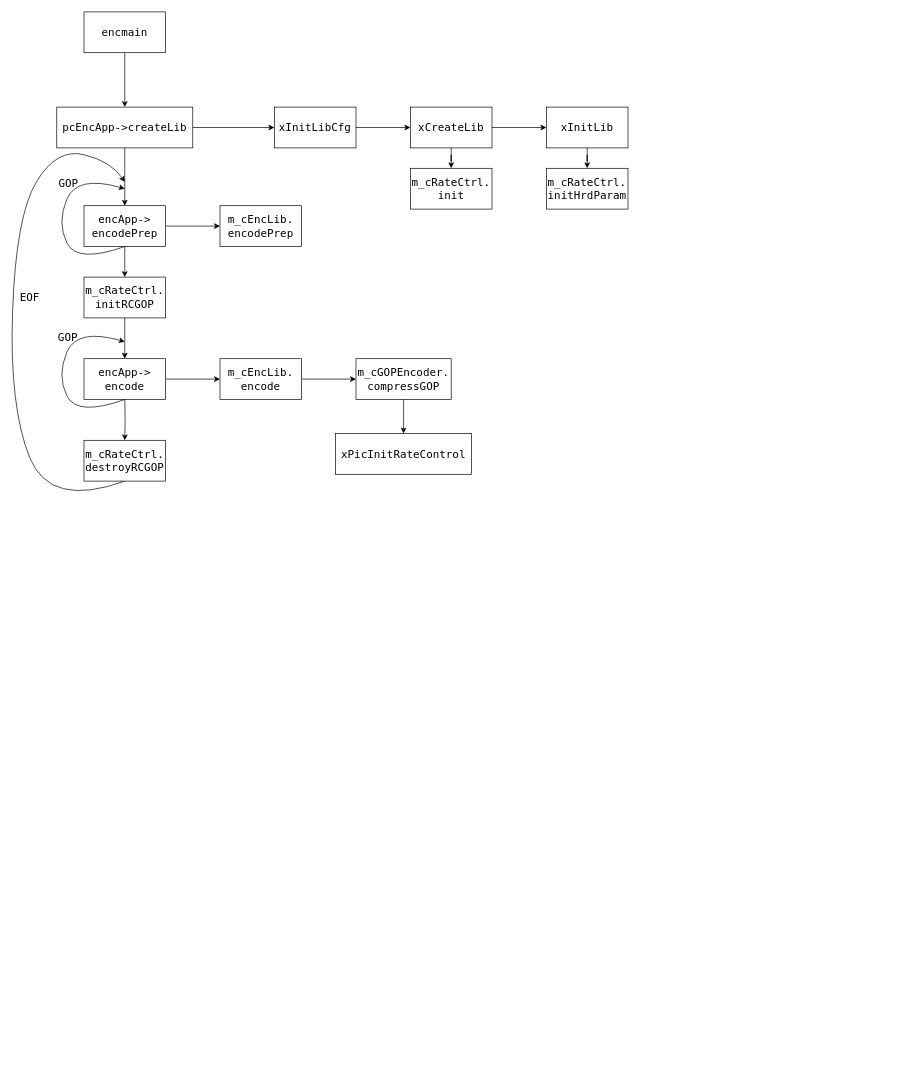
Earlier version of the draw.io diagram XML/RateControl_VTM.drawio (Joeyrr/draw.io). Source tidied: cells renumbered, new cells numbered last; positions are measured from the earlier drawing's top-left corner, leaving out a move shared by most shapes. Both pictures are drawn from the tidied source at 68%, with x=0, y=0 at pixel (9, 12).
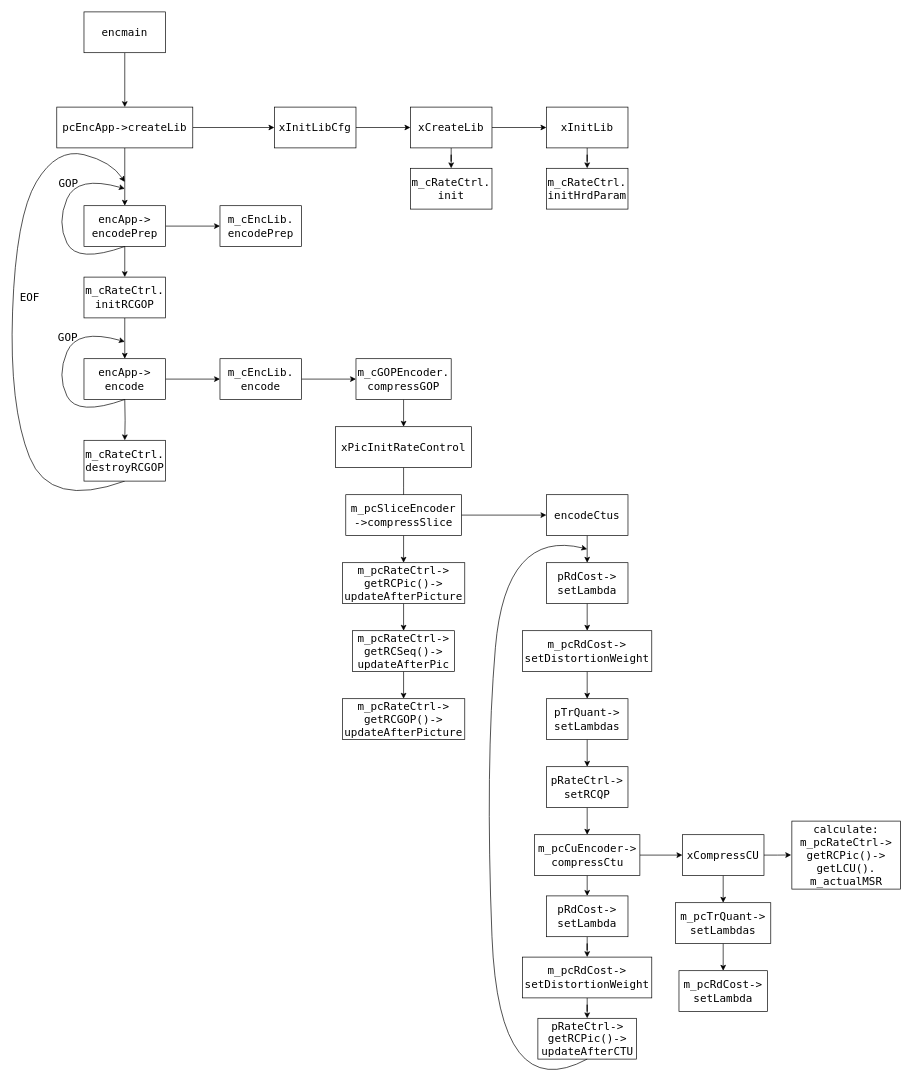
Above is the later version.

The edit, as a diff of the source:
```diff
@@
+    <mxCell id="37" style="edgeStyle=orthogonalEdgeStyle;rounded=0;jettySize=auto;html=1;fontFamily=Lucida Console;fontSize=16;" parent="1" edge="1" source="36">
+      <mxGeometry relative="1" as="geometry">
+        <mxPoint x="580" y="730" as="targetPoint" />
+      </mxGeometry>
+    </mxCell>
     <mxCell id="36" value="xPicInitRateControl" style="whiteSpace=wrap;html=1;fontSize=16;fontFamily=Lucida Console;rounded=0;" parent="1" vertex="1">
-      <mxGeometry x="480" y="620" width="200" height="60" as="geometry" />
+      <mxGeometry x="480" y="610" width="200" height="60" as="geometry" />
     </mxCell>
+    <mxCell id="38" style="edgeStyle=orthogonalEdgeStyle;rounded=0;jettySize=auto;html=1;fontFamily=Lucida Console;fontSize=16;" parent="1" edge="1" source="40" target="42">
+      <mxGeometry relative="1" as="geometry" />
+    </mxCell>
+    <mxCell id="39" style="edgeStyle=orthogonalEdgeStyle;rounded=0;jettySize=auto;html=1;fontFamily=Lucida Console;fontSize=16;" parent="1" edge="1" source="40" target="47">
+      <mxGeometry relative="1" as="geometry" />
+    </mxCell>
+    <mxCell id="40" value="m_pcSliceEncoder&lt;br&gt;-&amp;gt;compressSlice" style="whiteSpace=wrap;html=1;fontSize=16;fontFamily=Lucida Console;rounded=0;" parent="1" vertex="1">
+      <mxGeometry x="495" y="710" width="170" height="60" as="geometry" />
+    </mxCell>
+    <mxCell id="41" style="edgeStyle=orthogonalEdgeStyle;rounded=0;jettySize=auto;html=1;fontFamily=Lucida Console;fontSize=16;" parent="1" edge="1" source="42" target="44">
+      <mxGeometry relative="1" as="geometry" />
+    </mxCell>
+    <mxCell id="42" value="m_pcRateCtrl-&amp;gt;&lt;br&gt;getRCPic()-&amp;gt;&lt;br&gt;updateAfterPicture" style="whiteSpace=wrap;html=1;fontSize=16;fontFamily=Lucida Console;rounded=0;" parent="1" vertex="1">
+      <mxGeometry x="490" y="810" width="180" height="60" as="geometry" />
+    </mxCell>
+    <mxCell id="43" style="edgeStyle=orthogonalEdgeStyle;rounded=0;jettySize=auto;html=1;fontFamily=Lucida Console;fontSize=16;" parent="1" edge="1" source="44" target="45">
+      <mxGeometry relative="1" as="geometry" />
+    </mxCell>
+    <mxCell id="44" value="m_pcRateCtrl-&amp;gt;&lt;br&gt;getRCSeq()-&amp;gt;&lt;br&gt;updateAfterPic" style="whiteSpace=wrap;html=1;fontSize=16;fontFamily=Lucida Console;rounded=0;" parent="1" vertex="1">
+      <mxGeometry x="505" y="910" width="150" height="60" as="geometry" />
+    </mxCell>
+    <mxCell id="45" value="m_pcRateCtrl-&amp;gt;&lt;br&gt;getRCGOP()-&amp;gt;&lt;br&gt;updateAfterPicture" style="whiteSpace=wrap;html=1;fontSize=16;fontFamily=Lucida Console;rounded=0;" parent="1" vertex="1">
+      <mxGeometry x="490" y="1010" width="180" height="60" as="geometry" />
+    </mxCell>
+    <mxCell id="46" style="edgeStyle=orthogonalEdgeStyle;rounded=0;jettySize=auto;html=1;exitX=0.5;exitY=1;exitDx=0;exitDy=0;entryX=0.5;entryY=0;entryDx=0;entryDy=0;fontFamily=Lucida Console;fontSize=16;" parent="1" edge="1" source="47" target="49">
+      <mxGeometry relative="1" as="geometry" />
+    </mxCell>
+    <mxCell id="47" value="encodeCtus" style="whiteSpace=wrap;html=1;fontSize=16;fontFamily=Lucida Console;rounded=0;" parent="1" vertex="1">
+      <mxGeometry x="790" y="710" width="120" height="60" as="geometry" />
+    </mxCell>
+    <mxCell id="48" style="edgeStyle=orthogonalEdgeStyle;rounded=0;jettySize=auto;html=1;fontFamily=Lucida Console;fontSize=16;" parent="1" edge="1" source="49" target="51">
+      <mxGeometry relative="1" as="geometry" />
+    </mxCell>
+    <mxCell id="49" value="pRdCost-&amp;gt;&lt;br&gt;setLambda" style="whiteSpace=wrap;html=1;fontSize=16;fontFamily=Lucida Console;rounded=0;" parent="1" vertex="1">
+      <mxGeometry x="790" y="810" width="120" height="60" as="geometry" />
+    </mxCell>
+    <mxCell id="50" style="edgeStyle=orthogonalEdgeStyle;rounded=0;jettySize=auto;html=1;fontFamily=Lucida Console;fontSize=16;" parent="1" edge="1" source="51" target="53">
+      <mxGeometry relative="1" as="geometry" />
+    </mxCell>
+    <mxCell id="51" value="m_pcRdCost-&amp;gt;&lt;br&gt;setDistortionWeight" style="whiteSpace=wrap;html=1;fontSize=16;fontFamily=Lucida Console;rounded=0;" parent="1" vertex="1">
+      <mxGeometry x="755" y="910" width="190" height="60" as="geometry" />
+    </mxCell>
+    <mxCell id="52" style="edgeStyle=orthogonalEdgeStyle;rounded=0;jettySize=auto;html=1;fontFamily=Lucida Console;fontSize=16;" parent="1" edge="1" source="53" target="55">
+      <mxGeometry relative="1" as="geometry" />
+    </mxCell>
+    <mxCell id="53" value="pTrQuant-&amp;gt;&lt;br&gt;setLambdas" style="whiteSpace=wrap;html=1;fontSize=16;fontFamily=Lucida Console;rounded=0;" parent="1" vertex="1">
+      <mxGeometry x="790" y="1010" width="120" height="60" as="geometry" />
+    </mxCell>
+    <mxCell id="54" style="edgeStyle=orthogonalEdgeStyle;rounded=0;jettySize=auto;html=1;fontFamily=Lucida Console;fontSize=16;" parent="1" edge="1" source="55" target="58">
+      <mxGeometry relative="1" as="geometry" />
+    </mxCell>
+    <mxCell id="55" value="pRateCtrl-&amp;gt;&lt;br&gt;setRCQP" style="whiteSpace=wrap;html=1;fontSize=16;fontFamily=Lucida Console;rounded=0;" parent="1" vertex="1">
+      <mxGeometry x="790" y="1110" width="120" height="60" as="geometry" />
+    </mxCell>
+    <mxCell id="56" style="edgeStyle=orthogonalEdgeStyle;rounded=0;jettySize=auto;html=1;fontFamily=Lucida Console;fontSize=16;" parent="1" edge="1" source="58" target="61">
+      <mxGeometry relative="1" as="geometry" />
+    </mxCell>
+    <mxCell id="57" style="edgeStyle=orthogonalEdgeStyle;rounded=0;jettySize=auto;html=1;exitX=0.5;exitY=1;exitDx=0;exitDy=0;entryX=0.5;entryY=0;entryDx=0;entryDy=0;fontFamily=Lucida Console;fontSize=16;" parent="1" edge="1" source="58" target="68">
+      <mxGeometry relative="1" as="geometry" />
+    </mxCell>
+    <mxCell id="58" value="m_pcCuEncoder-&amp;gt;&lt;br&gt;compressCtu" style="whiteSpace=wrap;html=1;fontSize=16;fontFamily=Lucida Console;rounded=0;" parent="1" vertex="1">
+      <mxGeometry x="772.5" y="1210" width="155" height="60" as="geometry" />
+    </mxCell>
+    <mxCell id="59" style="edgeStyle=orthogonalEdgeStyle;rounded=0;jettySize=auto;html=1;exitX=1;exitY=0.5;exitDx=0;exitDy=0;fontFamily=Lucida Console;fontSize=16;" parent="1" edge="1" source="61">
+      <mxGeometry relative="1" as="geometry">
+        <mxPoint x="1150" y="1239.8" as="targetPoint" />
+      </mxGeometry>
+    </mxCell>
+    <mxCell id="60" style="edgeStyle=orthogonalEdgeStyle;rounded=0;jettySize=auto;html=1;fontFamily=Lucida Console;fontSize=16;" parent="1" edge="1" source="61" target="70">
+      <mxGeometry relative="1" as="geometry" />
+    </mxCell>
+    <mxCell id="61" value="xCompressCU" style="whiteSpace=wrap;html=1;fontSize=16;fontFamily=Lucida Console;rounded=0;" parent="1" vertex="1">
+      <mxGeometry x="990" y="1210" width="120" height="60" as="geometry" />
+    </mxCell>
+    <mxCell id="62" value="calculate:&lt;br&gt;m_pcRateCtrl-&amp;gt;&lt;br&gt;getRCPic()-&amp;gt;&lt;br&gt;getLCU().&lt;br&gt;m_actualMSR" style="whiteSpace=wrap;html=1;fontSize=16;fontFamily=Lucida Console;rounded=0;" parent="1" vertex="1">
+      <mxGeometry x="1151" y="1190" width="160" height="100" as="geometry" />
+    </mxCell>
+    <mxCell id="63" style="edgeStyle=orthogonalEdgeStyle;rounded=0;jettySize=auto;html=1;fontFamily=Lucida Console;fontSize=16;" parent="1" edge="1" source="68" target="65">
+      <mxGeometry relative="1" as="geometry" />
+    </mxCell>
+    <mxCell id="64" style="edgeStyle=orthogonalEdgeStyle;rounded=0;jettySize=auto;html=1;fontFamily=Lucida Console;fontSize=16;" parent="1" edge="1" source="65" target="66">
+      <mxGeometry relative="1" as="geometry" />
+    </mxCell>
+    <mxCell id="65" value="m_pcRdCost-&amp;gt;&lt;br&gt;setDistortionWeight" style="whiteSpace=wrap;html=1;fontSize=16;fontFamily=Lucida Console;rounded=0;" parent="1" vertex="1">
+      <mxGeometry x="755" y="1390" width="190" height="60" as="geometry" />
+    </mxCell>
+    <mxCell id="66" value="pRateCtrl-&amp;gt;&lt;br&gt;getRCPic()-&amp;gt;&lt;br&gt;updateAfterCTU" style="whiteSpace=wrap;html=1;fontSize=16;fontFamily=Lucida Console;rounded=0;" parent="1" vertex="1">
+      <mxGeometry x="777.5" y="1480" width="145" height="60" as="geometry" />
+    </mxCell>
+    <mxCell id="67" style="curved=1;endArrow=classic;html=1;rounded=0;fontFamily=Lucida Console;fontSize=16;exitX=0.5;exitY=1;exitDx=0;exitDy=0;" parent="1" edge="1" source="66">
+      <mxGeometry relative="1" as="geometry">
+        <mxPoint x="850" y="790" as="targetPoint" />
+        <Array as="points">
+          <mxPoint x="720" y="1610" />
+          <mxPoint x="700" y="1110" />
+          <mxPoint x="730" y="760" />
+        </Array>
+      </mxGeometry>
+    </mxCell>
+    <mxCell id="68" value="pRdCost-&amp;gt;&lt;br&gt;setLambda" style="whiteSpace=wrap;html=1;fontSize=16;fontFamily=Lucida Console;rounded=0;" parent="1" vertex="1">
+      <mxGeometry x="790" y="1300" width="120" height="60" as="geometry" />
+    </mxCell>
+    <mxCell id="69" style="edgeStyle=orthogonalEdgeStyle;rounded=0;jettySize=auto;html=1;fontFamily=Lucida Console;fontSize=16;" parent="1" edge="1" source="70" target="71">
+      <mxGeometry relative="1" as="geometry" />
+    </mxCell>
+    <mxCell id="70" value="m_pcTrQuant-&amp;gt;&lt;br&gt;setLambdas" style="whiteSpace=wrap;html=1;fontSize=16;fontFamily=Lucida Console;rounded=0;" parent="1" vertex="1">
+      <mxGeometry x="980" y="1310" width="140" height="60" as="geometry" />
+    </mxCell>
+    <mxCell id="71" value="m_pcRdCost-&amp;gt;&lt;br&gt;setLambda" style="whiteSpace=wrap;html=1;fontSize=16;fontFamily=Lucida Console;rounded=0;" parent="1" vertex="1">
+      <mxGeometry x="985" y="1410" width="130" height="60" as="geometry" />
+    </mxCell>
```
